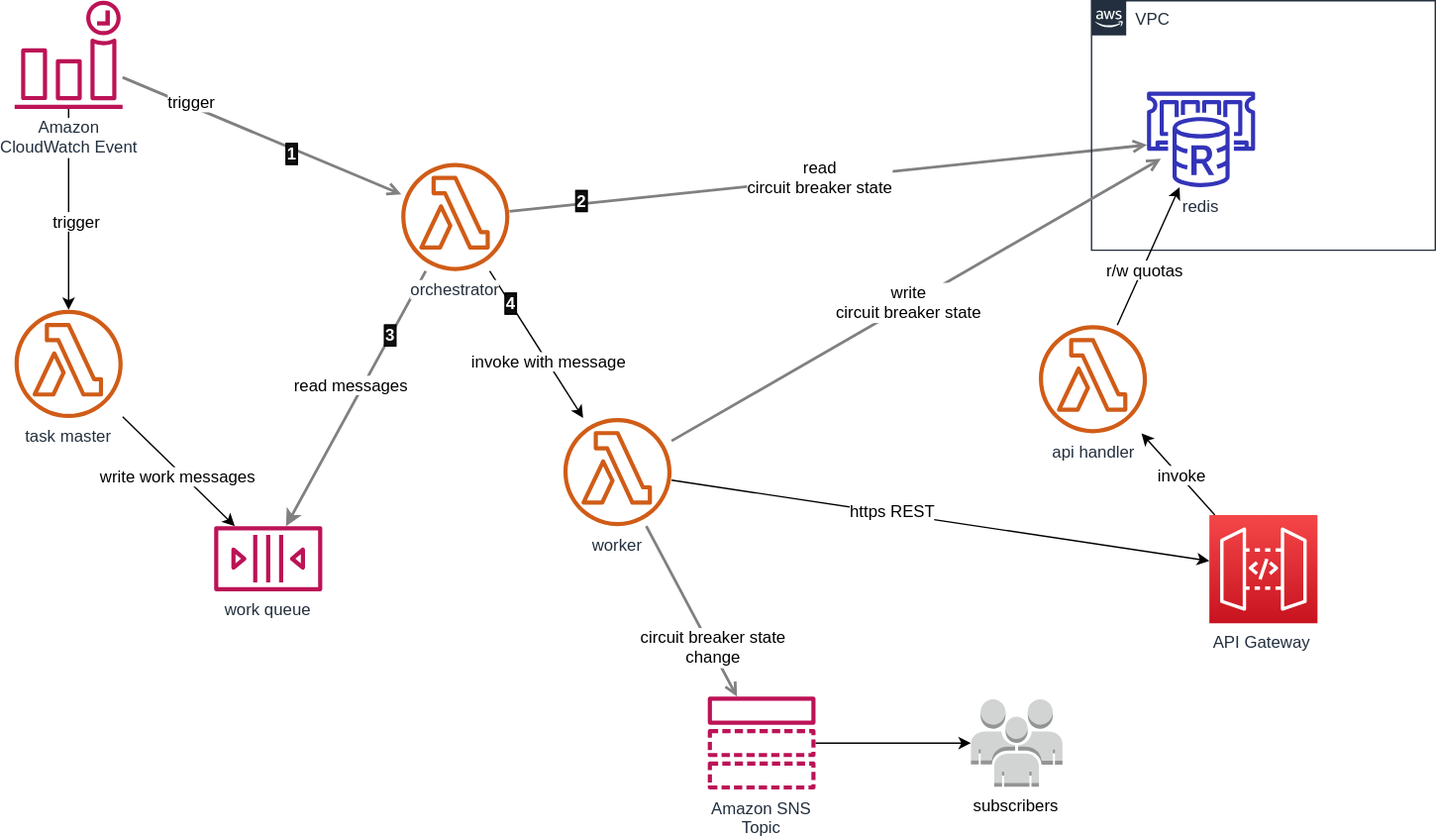
Earlier version of the draw.io export api_poc.svg (mfrasier/api-poc). Source tidied: cells renumbered, new cells last; positions are measured from the earlier drawing's top-left corner, leaving out a move shared by most shapes.
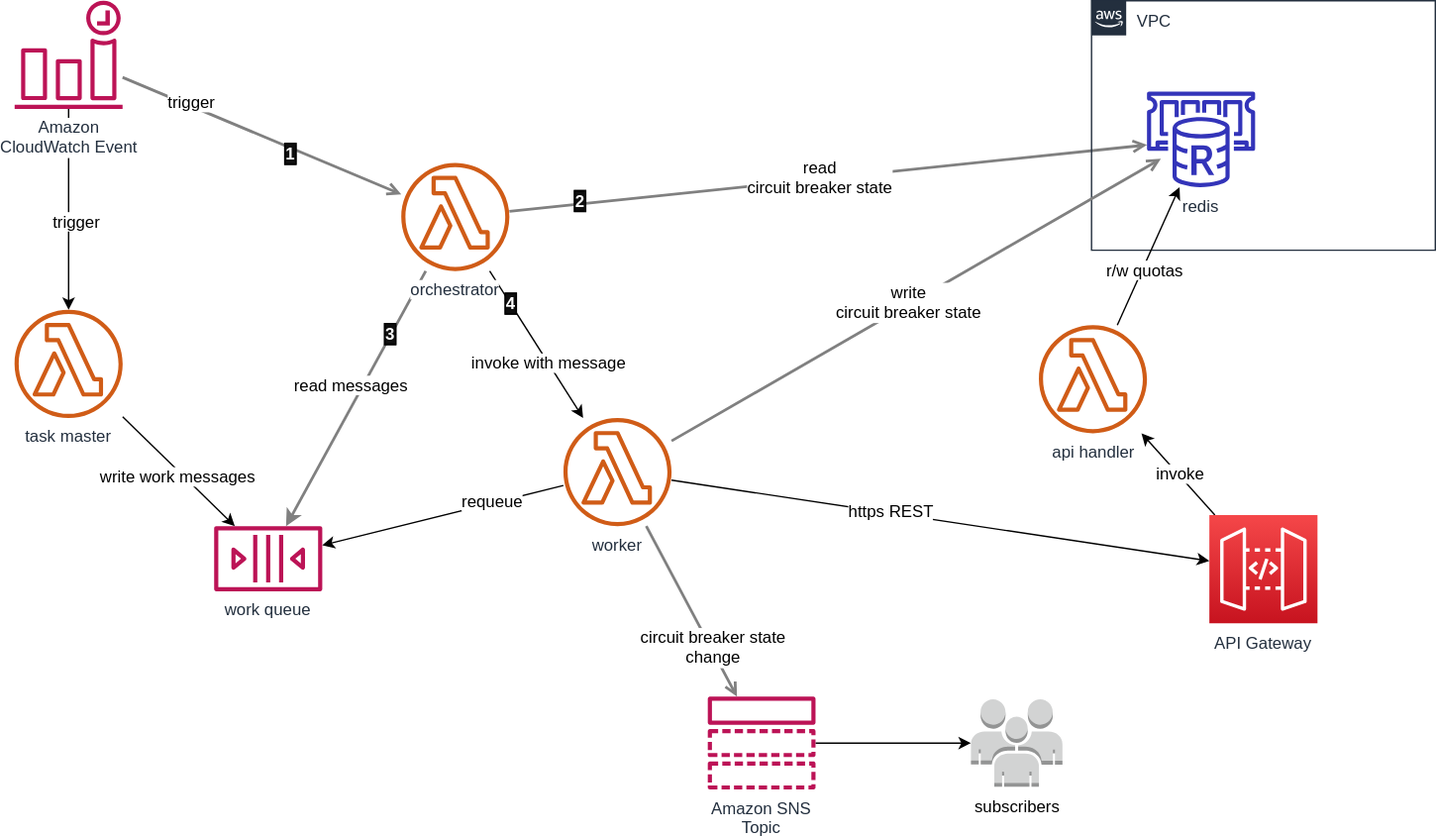
The same file after the commit.

Commit message:
on http throttling, requeue message for reprocessing

Diff of the diagram source:
```diff
@@ -72,6 +72,14 @@
     <mxCell id="21" value="&lt;span style=&quot;color: rgb(0 , 0 , 0)&quot;&gt;https REST&lt;/span&gt;" style="text;html=1;align=center;verticalAlign=middle;labelBackgroundColor=#ffffff;fontColor=#FFFFFF;" parent="20" vertex="1">
       <mxGeometry x="-0.19" y="2" relative="1" as="geometry" />
     </mxCell>
+    <mxCell id="40" style="rounded=0;jettySize=auto;html=1;" parent="1" edge="1" source="22" target="19">
+      <mxGeometry relative="1" as="geometry" />
+    </mxCell>
+    <mxCell id="41" value="requeue" style="text;html=1;align=center;verticalAlign=middle;labelBackgroundColor=#ffffff;" parent="40" vertex="1">
+      <mxGeometry x="0.25" relative="1" as="geometry">
+        <mxPoint x="57.5" y="-16.5" as="offset" />
+      </mxGeometry>
+    </mxCell>
     <mxCell id="22" value="worker" style="outlineConnect=0;fontColor=#232F3E;gradientColor=none;fillColor=#D05C17;strokeColor=none;dashed=0;verticalLabelPosition=bottom;verticalAlign=top;align=center;html=1;fontSize=12;fontStyle=0;shape=mxgraph.aws4.lambda_function;labelBackgroundColor=#ffffff;" parent="1" vertex="1">
       <mxGeometry x="396" y="301" width="78" height="78" as="geometry" />
     </mxCell>
```
